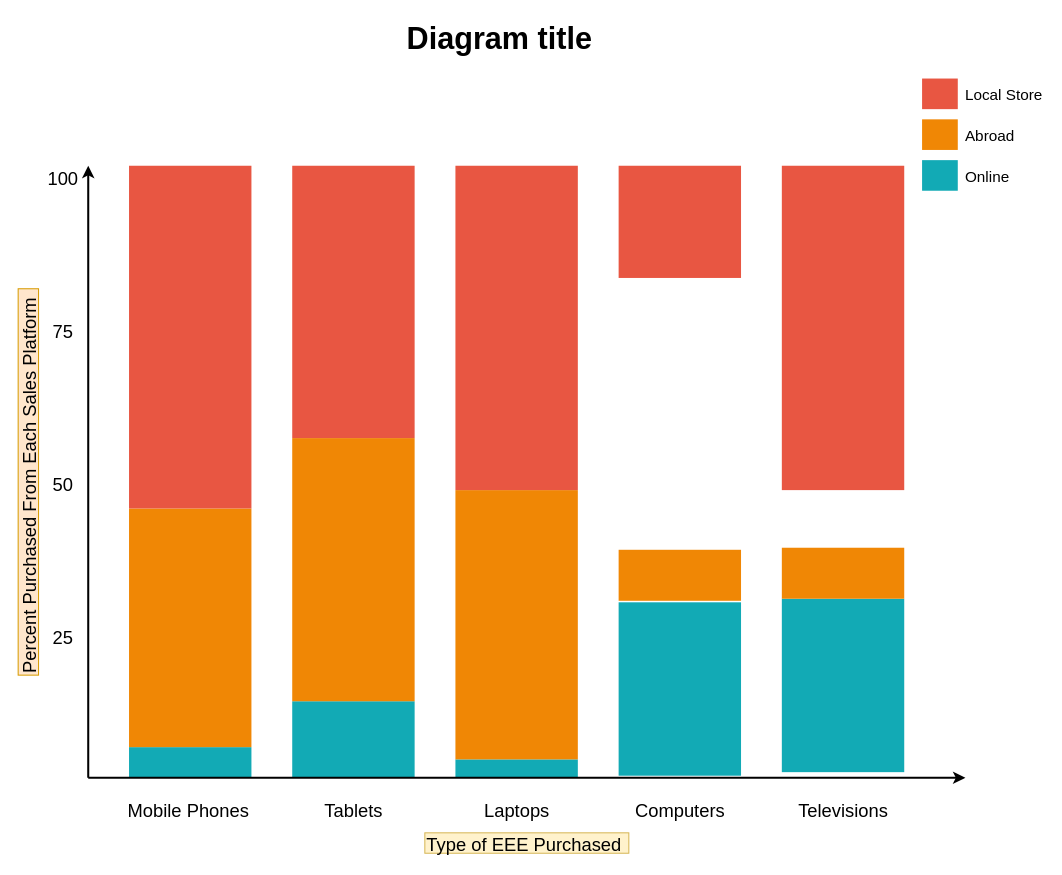
littlekittycoder/masterthesis keeps this draw.io diagram as Untitled Diagram.drawio. Above is the earlier version. Source tidied: cells renumbered, new cells numbered last; positions are measured from the earlier drawing's top-left corner, leaving out a move shared by most shapes. Both pictures are drawn from the tidied source at 102%, with x=0, y=0 at pixel (-165, 16).
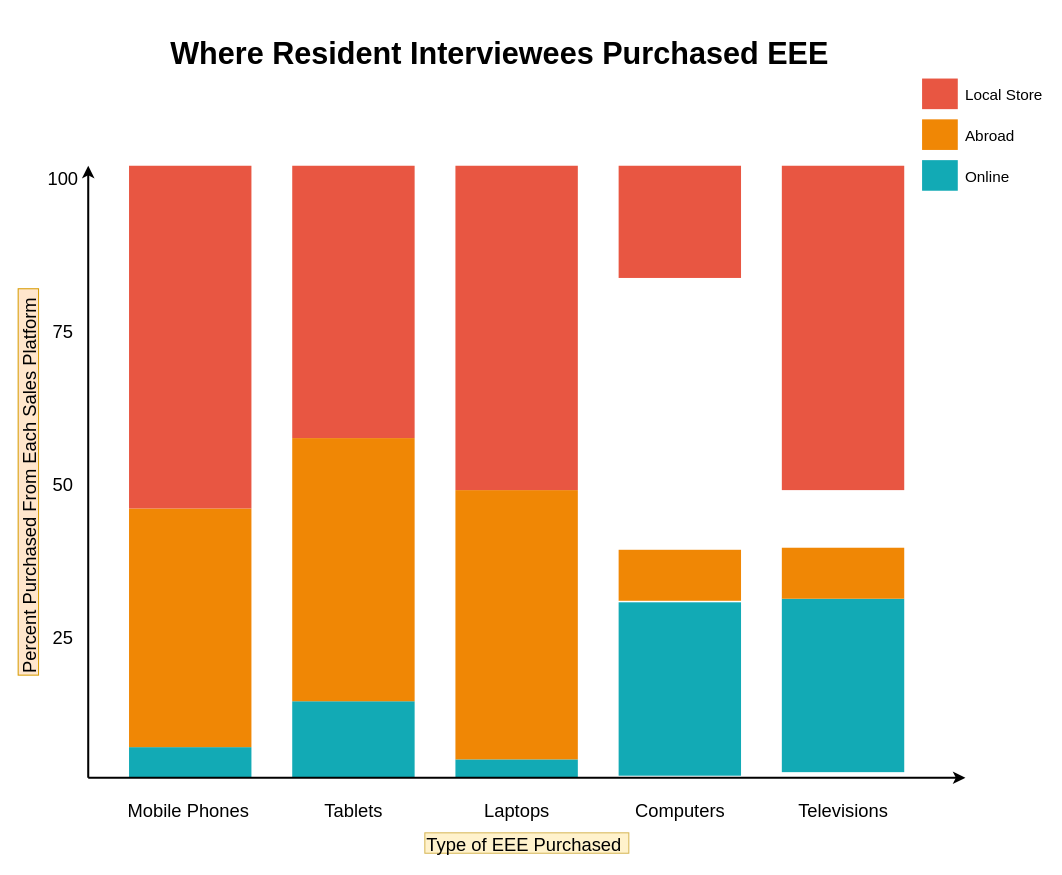
The same page after the edit.

Diff of the diagram source:
```diff
@@
-    <mxCell id="28" value="&lt;font style=&quot;font-size: 30px;&quot;&gt;Diagram title&lt;/font&gt;" style="text;spacingTop=-5;align=center;verticalAlign=middle;fontSize=30;fontStyle=1;html=1;" parent="1" vertex="1">
-      <mxGeometry x="245.5" y="0.5" width="810" height="45" as="geometry" />
+    <mxCell id="28" value="&lt;font style=&quot;font-size: 30px&quot;&gt;Where Resident Interviewees Purchased EEE&lt;/font&gt;" style="text;spacingTop=-5;align=center;verticalAlign=middle;fontSize=30;fontStyle=1;html=1;" parent="1" vertex="1">
+      <mxGeometry x="245.5" y="15.5" width="810" height="45" as="geometry" />
     </mxCell>
```
